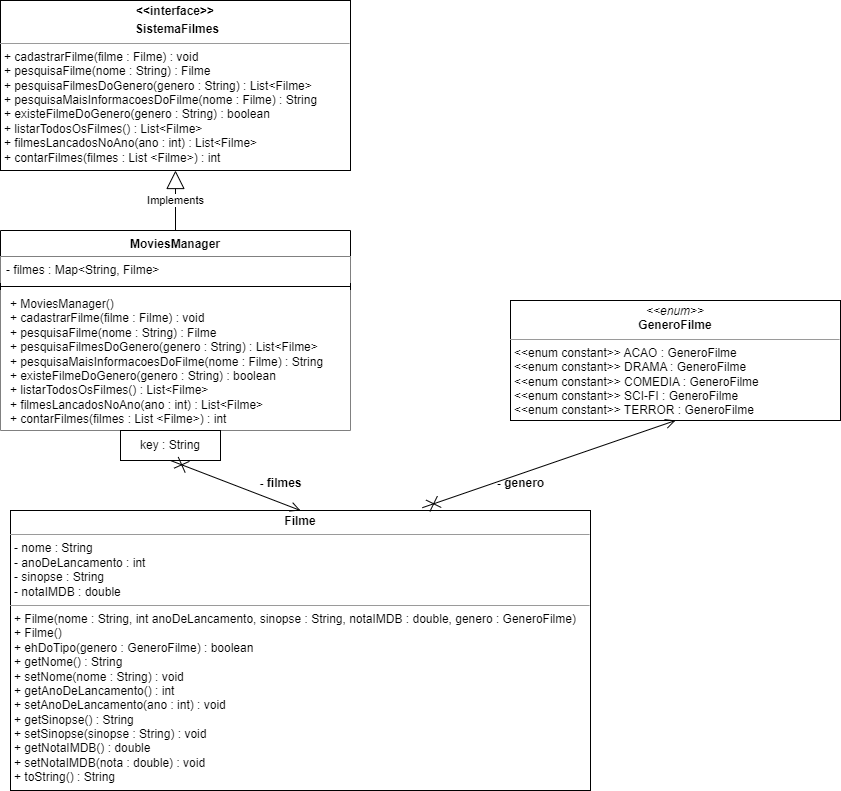
WendellMat/MoviesManager-POO20232 keeps this draw.io diagram as SistemaGerenciadorDeFilmes(UML).png. Above is the earlier version. Source tidied: cells renumbered, new cells last; positions are measured from the earlier drawing's top-left corner, leaving out a move shared by most shapes.
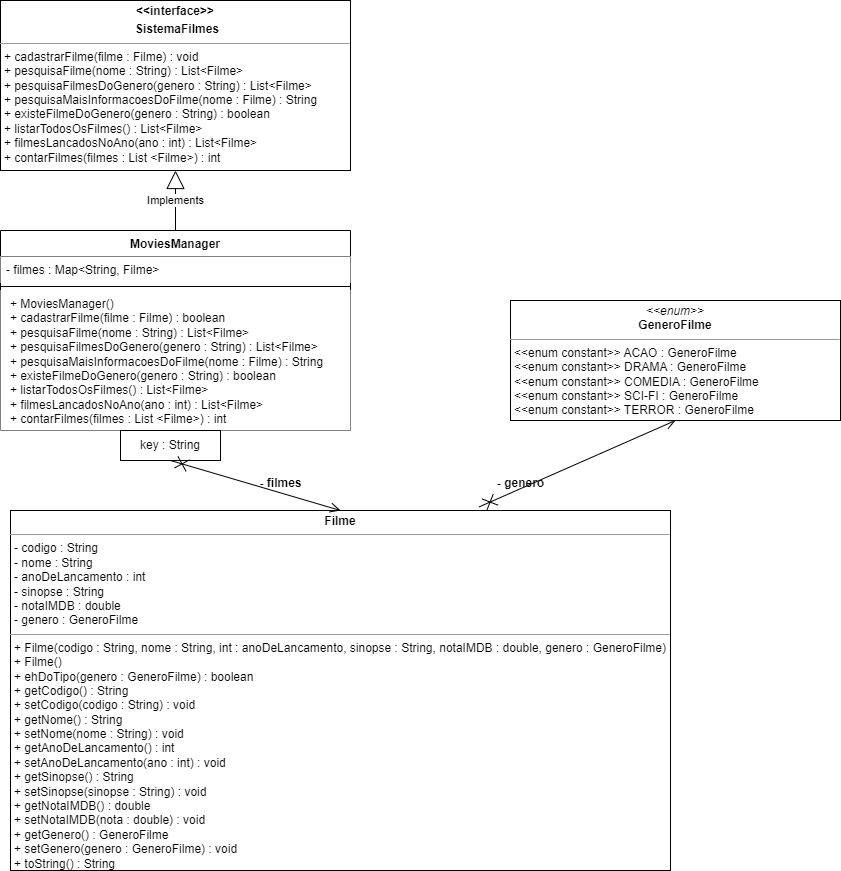
After the change.

Commit message:
Implementação dos métodos da interface e da classe que a implementa

What changed in the source:
```diff
@@ -2,7 +2,7 @@
   <root>
     <mxCell id="0" />
     <mxCell id="1" parent="0" />
-    <mxCell id="2" value="&lt;p style=&quot;text-align: center; margin: 4px 0px 0px;&quot;&gt;&lt;b&gt;&amp;lt;&amp;lt;interface&amp;gt;&amp;gt;&lt;/b&gt;&lt;/p&gt;&lt;p style=&quot;margin: 4px 0px 0px;&quot;&gt;&lt;/p&gt;&lt;p style=&quot;text-align: center; margin: 0px 0px 0px 4px;&quot;&gt;&lt;b&gt;Sis&lt;/b&gt;&lt;b style=&quot;background-color: initial;&quot;&gt;temaFilmes&lt;/b&gt;&lt;/p&gt;&lt;hr style=&quot;text-align: center;&quot; size=&quot;1&quot;&gt;&lt;p style=&quot;margin:0px;margin-left:4px;&quot;&gt;+ cadastrarFilme(filme : Filme) : void&lt;/p&gt;&lt;p style=&quot;margin:0px;margin-left:4px;&quot;&gt;+ pesquisaFilme(nome : String) : Filme&lt;/p&gt;&lt;p style=&quot;margin:0px;margin-left:4px;&quot;&gt;+ pesquisaFilmesDoGenero(genero : String) : List&amp;lt;Filme&amp;gt;&lt;/p&gt;&lt;p style=&quot;margin:0px;margin-left:4px;&quot;&gt;+ pesquisaMaisInformacoesDoFilme(nome : Filme) : String&lt;/p&gt;&lt;p style=&quot;margin:0px;margin-left:4px;&quot;&gt;+ existeFilmeDoGenero(genero : String) : boolean&lt;/p&gt;&lt;p style=&quot;margin:0px;margin-left:4px;&quot;&gt;+ listarTodosOsFilmes() : List&amp;lt;Filme&amp;gt;&lt;/p&gt;&lt;p style=&quot;margin:0px;margin-left:4px;&quot;&gt;+ filmesLancadosNoAno(ano : int) : List&amp;lt;Filme&amp;gt;&lt;/p&gt;&lt;p style=&quot;margin:0px;margin-left:4px;&quot;&gt;+ contarFilmes(filmes : List &amp;lt;Filme&amp;gt;) : int&lt;/p&gt;" style="verticalAlign=top;align=left;overflow=fill;fontSize=12;fontFamily=Helvetica;html=1;whiteSpace=wrap;" parent="1" vertex="1">
+    <mxCell id="2" value="&lt;p style=&quot;text-align: center; margin: 4px 0px 0px;&quot;&gt;&lt;b&gt;&amp;lt;&amp;lt;interface&amp;gt;&amp;gt;&lt;/b&gt;&lt;/p&gt;&lt;p style=&quot;margin: 4px 0px 0px;&quot;&gt;&lt;/p&gt;&lt;p style=&quot;text-align: center; margin: 0px 0px 0px 4px;&quot;&gt;&lt;b&gt;Sis&lt;/b&gt;&lt;b style=&quot;background-color: initial;&quot;&gt;temaFilmes&lt;/b&gt;&lt;/p&gt;&lt;hr style=&quot;text-align: center;&quot; size=&quot;1&quot;&gt;&lt;p style=&quot;margin:0px;margin-left:4px;&quot;&gt;+ cadastrarFilme(filme : Filme) : void&lt;/p&gt;&lt;p style=&quot;margin:0px;margin-left:4px;&quot;&gt;+ pesquisaFilme(nome : String) :&amp;nbsp;&lt;span style=&quot;background-color: initial;&quot;&gt;List&amp;lt;Filme&amp;gt;&lt;/span&gt;&lt;/p&gt;&lt;p style=&quot;margin:0px;margin-left:4px;&quot;&gt;+ pesquisaFilmesDoGenero(genero : String) : List&amp;lt;Filme&amp;gt;&lt;/p&gt;&lt;p style=&quot;margin:0px;margin-left:4px;&quot;&gt;+ pesquisaMaisInformacoesDoFilme(nome : Filme) : String&lt;/p&gt;&lt;p style=&quot;margin:0px;margin-left:4px;&quot;&gt;+ existeFilmeDoGenero(genero : String) : boolean&lt;/p&gt;&lt;p style=&quot;margin:0px;margin-left:4px;&quot;&gt;+ listarTodosOsFilmes() : List&amp;lt;Filme&amp;gt;&lt;/p&gt;&lt;p style=&quot;margin:0px;margin-left:4px;&quot;&gt;+ filmesLancadosNoAno(ano : int) : List&amp;lt;Filme&amp;gt;&lt;/p&gt;&lt;p style=&quot;margin:0px;margin-left:4px;&quot;&gt;+ contarFilmes(filmes : List &amp;lt;Filme&amp;gt;) : int&lt;/p&gt;" style="verticalAlign=top;align=left;overflow=fill;fontSize=12;fontFamily=Helvetica;html=1;whiteSpace=wrap;" parent="1" vertex="1">
       <mxGeometry width="350" height="170" as="geometry" />
     </mxCell>
     <mxCell id="3" value="Implements" style="endArrow=block;endSize=16;endFill=0;html=1;rounded=0;exitX=0.5;exitY=0;exitDx=0;exitDy=0;entryX=0.5;entryY=1;entryDx=0;entryDy=0;" parent="1" edge="1" source="4" target="2">
@@ -17,14 +17,14 @@
     <mxCell id="6" style="line;strokeWidth=1;fillColor=none;align=left;verticalAlign=middle;spacingTop=-1;spacingLeft=3;spacingRight=3;labelPosition=right;strokeColor=inherit;" parent="4" vertex="1">
       <mxGeometry y="52" width="350" height="8" as="geometry" />
     </mxCell>
-    <mxCell id="7" value="&lt;p style=&quot;border-color: var(--border-color); margin: 0px 0px 0px 4px;&quot;&gt;+ MoviesManager()&lt;/p&gt;&lt;p style=&quot;border-color: var(--border-color); margin: 0px 0px 0px 4px;&quot;&gt;+ cadastrarFilme(filme : Filme) : void&lt;/p&gt;&lt;p style=&quot;border-color: var(--border-color); margin: 0px 0px 0px 4px;&quot;&gt;+ pesquisaFilme(nome : String) : Filme&lt;/p&gt;&lt;p style=&quot;border-color: var(--border-color); margin: 0px 0px 0px 4px;&quot;&gt;+ pesquisaFilmesDoGenero(genero : String) : List&amp;lt;Filme&amp;gt;&lt;/p&gt;&lt;p style=&quot;border-color: var(--border-color); margin: 0px 0px 0px 4px;&quot;&gt;+ pesquisaMaisInformacoesDoFilme(nome : Filme) : String&lt;/p&gt;&lt;p style=&quot;border-color: var(--border-color); margin: 0px 0px 0px 4px;&quot;&gt;+ existeFilmeDoGenero(genero : String) : boolean&lt;/p&gt;&lt;p style=&quot;border-color: var(--border-color); margin: 0px 0px 0px 4px;&quot;&gt;+ listarTodosOsFilmes() : List&amp;lt;Filme&amp;gt;&lt;/p&gt;&lt;p style=&quot;border-color: var(--border-color); margin: 0px 0px 0px 4px;&quot;&gt;+ filmesLancadosNoAno(ano : int) : List&amp;lt;Filme&amp;gt;&lt;/p&gt;&lt;p style=&quot;border-color: var(--border-color); margin: 0px 0px 0px 4px;&quot;&gt;+ contarFilmes(filmes : List &amp;lt;Filme&amp;gt;) : int&lt;/p&gt;" style="text;strokeColor=none;fillColor=#FFFFFF;align=left;verticalAlign=top;spacingLeft=4;spacingRight=4;overflow=hidden;whiteSpace=wrap;html=1;" parent="4" vertex="1">
+    <mxCell id="7" value="&lt;p style=&quot;border-color: var(--border-color); margin: 0px 0px 0px 4px;&quot;&gt;+ MoviesManager()&lt;/p&gt;&lt;p style=&quot;border-color: var(--border-color); margin: 0px 0px 0px 4px;&quot;&gt;+ cadastrarFilme(filme : Filme) : boolean&lt;/p&gt;&lt;p style=&quot;border-color: var(--border-color); margin: 0px 0px 0px 4px;&quot;&gt;+ pesquisaFilme(nome : String) :&amp;nbsp;&lt;span style=&quot;background-color: initial;&quot;&gt;List&amp;lt;Filme&amp;gt;&lt;/span&gt;&lt;/p&gt;&lt;p style=&quot;border-color: var(--border-color); margin: 0px 0px 0px 4px;&quot;&gt;+ pesquisaFilmesDoGenero(genero : String) : List&amp;lt;Filme&amp;gt;&lt;/p&gt;&lt;p style=&quot;border-color: var(--border-color); margin: 0px 0px 0px 4px;&quot;&gt;+ pesquisaMaisInformacoesDoFilme(nome : Filme) : String&lt;/p&gt;&lt;p style=&quot;border-color: var(--border-color); margin: 0px 0px 0px 4px;&quot;&gt;+ existeFilmeDoGenero(genero : String) : boolean&lt;/p&gt;&lt;p style=&quot;border-color: var(--border-color); margin: 0px 0px 0px 4px;&quot;&gt;+ listarTodosOsFilmes() : List&amp;lt;Filme&amp;gt;&lt;/p&gt;&lt;p style=&quot;border-color: var(--border-color); margin: 0px 0px 0px 4px;&quot;&gt;+ filmesLancadosNoAno(ano : int) : List&amp;lt;Filme&amp;gt;&lt;/p&gt;&lt;p style=&quot;border-color: var(--border-color); margin: 0px 0px 0px 4px;&quot;&gt;+ contarFilmes(filmes : List &amp;lt;Filme&amp;gt;) : int&lt;/p&gt;" style="text;strokeColor=none;fillColor=#FFFFFF;align=left;verticalAlign=top;spacingLeft=4;spacingRight=4;overflow=hidden;whiteSpace=wrap;html=1;" parent="4" vertex="1">
       <mxGeometry y="60" width="350" height="140" as="geometry" />
     </mxCell>
     <mxCell id="8" value="&lt;p style=&quot;margin:0px;margin-top:4px;text-align:center;&quot;&gt;&lt;i&gt;&amp;lt;&amp;lt;enum&amp;gt;&amp;gt;&lt;/i&gt;&lt;br&gt;&lt;b&gt;GeneroFilme&lt;/b&gt;&lt;/p&gt;&lt;hr size=&quot;1&quot;&gt;&lt;p style=&quot;margin:0px;margin-left:4px;&quot;&gt;&amp;lt;&amp;lt;enum constant&amp;gt;&amp;gt; ACAO : GeneroFilme&lt;/p&gt;&lt;p style=&quot;margin:0px;margin-left:4px;&quot;&gt;&amp;lt;&amp;lt;enum constant&amp;gt;&amp;gt; DRAMA : GeneroFilme&lt;/p&gt;&lt;p style=&quot;margin:0px;margin-left:4px;&quot;&gt;&amp;lt;&amp;lt;enum constant&amp;gt;&amp;gt; COMEDIA : GeneroFilme&lt;br&gt;&lt;/p&gt;&lt;p style=&quot;margin:0px;margin-left:4px;&quot;&gt;&amp;lt;&amp;lt;enum constant&amp;gt;&amp;gt; SCI-FI : GeneroFilme&lt;br&gt;&lt;/p&gt;&lt;p style=&quot;margin:0px;margin-left:4px;&quot;&gt;&amp;lt;&amp;lt;enum constant&amp;gt;&amp;gt; TERROR : GeneroFilme&lt;br&gt;&lt;/p&gt;&lt;br&gt;&lt;p style=&quot;margin:0px;margin-left:4px;&quot;&gt;&lt;br&gt;&lt;/p&gt;" style="verticalAlign=top;align=left;overflow=fill;fontSize=12;fontFamily=Helvetica;html=1;whiteSpace=wrap;" parent="1" vertex="1">
       <mxGeometry x="510" y="300" width="330" height="120" as="geometry" />
     </mxCell>
-    <mxCell id="9" value="&lt;p style=&quot;margin:0px;margin-top:4px;text-align:center;&quot;&gt;&lt;b&gt;Filme&lt;/b&gt;&lt;/p&gt;&lt;hr size=&quot;1&quot;&gt;&lt;p style=&quot;margin:0px;margin-left:4px;&quot;&gt;&lt;span style=&quot;background-color: initial;&quot;&gt;- nome : String&lt;/span&gt;&lt;/p&gt;&lt;p style=&quot;margin:0px;margin-left:4px;&quot;&gt;- anoDeLancamento : int&lt;/p&gt;&lt;p style=&quot;margin:0px;margin-left:4px;&quot;&gt;- sinopse : String&lt;/p&gt;&lt;p style=&quot;margin:0px;margin-left:4px;&quot;&gt;- notaIMDB : double&lt;/p&gt;&lt;hr size=&quot;1&quot;&gt;&lt;p style=&quot;margin:0px;margin-left:4px;&quot;&gt;+ Filme(nome : String, int anoDeLancamento, sinopse : String, notaIMDB : double, genero : GeneroFilme)&lt;/p&gt;&lt;p style=&quot;margin:0px;margin-left:4px;&quot;&gt;+ Filme()&lt;/p&gt;&lt;p style=&quot;margin:0px;margin-left:4px;&quot;&gt;+ ehDoTipo(genero : GeneroFilme&lt;span style=&quot;background-color: initial;&quot;&gt;) : boolean&lt;/span&gt;&lt;/p&gt;&lt;p style=&quot;margin:0px;margin-left:4px;&quot;&gt;&lt;span style=&quot;background-color: initial;&quot;&gt;+ getNome() : String&lt;/span&gt;&lt;/p&gt;&lt;p style=&quot;margin:0px;margin-left:4px;&quot;&gt;&lt;span style=&quot;background-color: initial;&quot;&gt;+ setNome(nome : String) : void&lt;/span&gt;&lt;/p&gt;&lt;p style=&quot;margin:0px;margin-left:4px;&quot;&gt;&lt;span style=&quot;background-color: initial;&quot;&gt;+ getAnoDeLancamento() : int&lt;/span&gt;&lt;/p&gt;&lt;p style=&quot;margin:0px;margin-left:4px;&quot;&gt;&lt;span style=&quot;background-color: initial;&quot;&gt;+ setAnoDeLancamento(ano : int) : void&lt;/span&gt;&lt;/p&gt;&lt;p style=&quot;margin:0px;margin-left:4px;&quot;&gt;&lt;span style=&quot;background-color: initial;&quot;&gt;+ getSinopse() : String&lt;/span&gt;&lt;/p&gt;&lt;p style=&quot;margin:0px;margin-left:4px;&quot;&gt;&lt;span style=&quot;background-color: initial;&quot;&gt;+ setSinopse(sinopse : String) : void&lt;/span&gt;&lt;/p&gt;&lt;p style=&quot;margin:0px;margin-left:4px;&quot;&gt;&lt;span style=&quot;background-color: initial;&quot;&gt;+ getNotaIMDB() : double&lt;/span&gt;&lt;/p&gt;&lt;p style=&quot;margin:0px;margin-left:4px;&quot;&gt;&lt;span style=&quot;background-color: initial;&quot;&gt;+ setNotaIMDB(nota : double) : void&lt;/span&gt;&lt;/p&gt;&lt;p style=&quot;margin:0px;margin-left:4px;&quot;&gt;&lt;span style=&quot;background-color: initial;&quot;&gt;+ toString() : String&lt;/span&gt;&lt;/p&gt;" style="verticalAlign=top;align=left;overflow=fill;fontSize=12;fontFamily=Helvetica;html=1;whiteSpace=wrap;" parent="1" vertex="1">
-      <mxGeometry x="10" y="510" width="580" height="280" as="geometry" />
+    <mxCell id="9" value="&lt;p style=&quot;margin:0px;margin-top:4px;text-align:center;&quot;&gt;&lt;b&gt;Filme&lt;/b&gt;&lt;/p&gt;&lt;hr size=&quot;1&quot;&gt;&lt;p style=&quot;margin:0px;margin-left:4px;&quot;&gt;&lt;span style=&quot;background-color: initial;&quot;&gt;- codigo : String&lt;/span&gt;&lt;/p&gt;&lt;p style=&quot;margin:0px;margin-left:4px;&quot;&gt;&lt;span style=&quot;background-color: initial;&quot;&gt;- nome : String&lt;/span&gt;&lt;/p&gt;&lt;p style=&quot;margin:0px;margin-left:4px;&quot;&gt;- anoDeLancamento : int&lt;/p&gt;&lt;p style=&quot;margin:0px;margin-left:4px;&quot;&gt;- sinopse : String&lt;/p&gt;&lt;p style=&quot;margin:0px;margin-left:4px;&quot;&gt;- notaIMDB : double&lt;/p&gt;&lt;p style=&quot;margin:0px;margin-left:4px;&quot;&gt;- genero : GeneroFilme&lt;/p&gt;&lt;hr size=&quot;1&quot;&gt;&lt;p style=&quot;margin:0px;margin-left:4px;&quot;&gt;+ Filme(codigo : String, nome : String, int : anoDeLancamento, sinopse : String, notaIMDB : double, genero : GeneroFilme)&lt;/p&gt;&lt;p style=&quot;margin:0px;margin-left:4px;&quot;&gt;+ Filme()&lt;/p&gt;&lt;p style=&quot;margin:0px;margin-left:4px;&quot;&gt;+ ehDoTipo(genero : GeneroFilme&lt;span style=&quot;background-color: initial;&quot;&gt;) : boolean&lt;/span&gt;&lt;/p&gt;&lt;p style=&quot;margin:0px;margin-left:4px;&quot;&gt;&lt;span style=&quot;background-color: initial;&quot;&gt;+ getCodigo() : String&lt;/span&gt;&lt;/p&gt;&lt;p style=&quot;margin:0px;margin-left:4px;&quot;&gt;&lt;span style=&quot;background-color: initial;&quot;&gt;+ setCodigo(codigo : String) : void&lt;/span&gt;&lt;/p&gt;&lt;p style=&quot;margin:0px;margin-left:4px;&quot;&gt;&lt;span style=&quot;background-color: initial;&quot;&gt;+ getNome() : String&lt;/span&gt;&lt;/p&gt;&lt;p style=&quot;margin:0px;margin-left:4px;&quot;&gt;&lt;span style=&quot;background-color: initial;&quot;&gt;+ setNome(nome : String) : void&lt;/span&gt;&lt;/p&gt;&lt;p style=&quot;margin:0px;margin-left:4px;&quot;&gt;&lt;span style=&quot;background-color: initial;&quot;&gt;+ getAnoDeLancamento() : int&lt;/span&gt;&lt;/p&gt;&lt;p style=&quot;margin:0px;margin-left:4px;&quot;&gt;&lt;span style=&quot;background-color: initial;&quot;&gt;+ setAnoDeLancamento(ano : int) : void&lt;/span&gt;&lt;/p&gt;&lt;p style=&quot;margin:0px;margin-left:4px;&quot;&gt;&lt;span style=&quot;background-color: initial;&quot;&gt;+ getSinopse() : String&lt;/span&gt;&lt;/p&gt;&lt;p style=&quot;margin:0px;margin-left:4px;&quot;&gt;&lt;span style=&quot;background-color: initial;&quot;&gt;+ setSinopse(sinopse : String) : void&lt;/span&gt;&lt;/p&gt;&lt;p style=&quot;margin:0px;margin-left:4px;&quot;&gt;&lt;span style=&quot;background-color: initial;&quot;&gt;+ getNotaIMDB() : double&lt;/span&gt;&lt;/p&gt;&lt;p style=&quot;margin:0px;margin-left:4px;&quot;&gt;&lt;span style=&quot;background-color: initial;&quot;&gt;+ setNotaIMDB(nota : double) : void&lt;/span&gt;&lt;/p&gt;&lt;p style=&quot;margin:0px;margin-left:4px;&quot;&gt;&lt;span style=&quot;background-color: initial;&quot;&gt;+ getGenero() : GeneroFilme&lt;/span&gt;&lt;/p&gt;&lt;p style=&quot;margin:0px;margin-left:4px;&quot;&gt;&lt;span style=&quot;background-color: initial;&quot;&gt;+ setGenero(genero : GeneroFilme) : void&lt;/span&gt;&lt;/p&gt;&lt;p style=&quot;margin:0px;margin-left:4px;&quot;&gt;&lt;span style=&quot;background-color: initial;&quot;&gt;+ toString() : String&lt;/span&gt;&lt;/p&gt;" style="verticalAlign=top;align=left;overflow=fill;fontSize=12;fontFamily=Helvetica;html=1;whiteSpace=wrap;" parent="1" vertex="1">
+      <mxGeometry x="10" y="510" width="660" height="360" as="geometry" />
     </mxCell>
     <mxCell id="10" value="key : String" style="html=1;whiteSpace=wrap;" parent="1" vertex="1">
       <mxGeometry x="120" y="430" width="100" height="30" as="geometry" />
```
